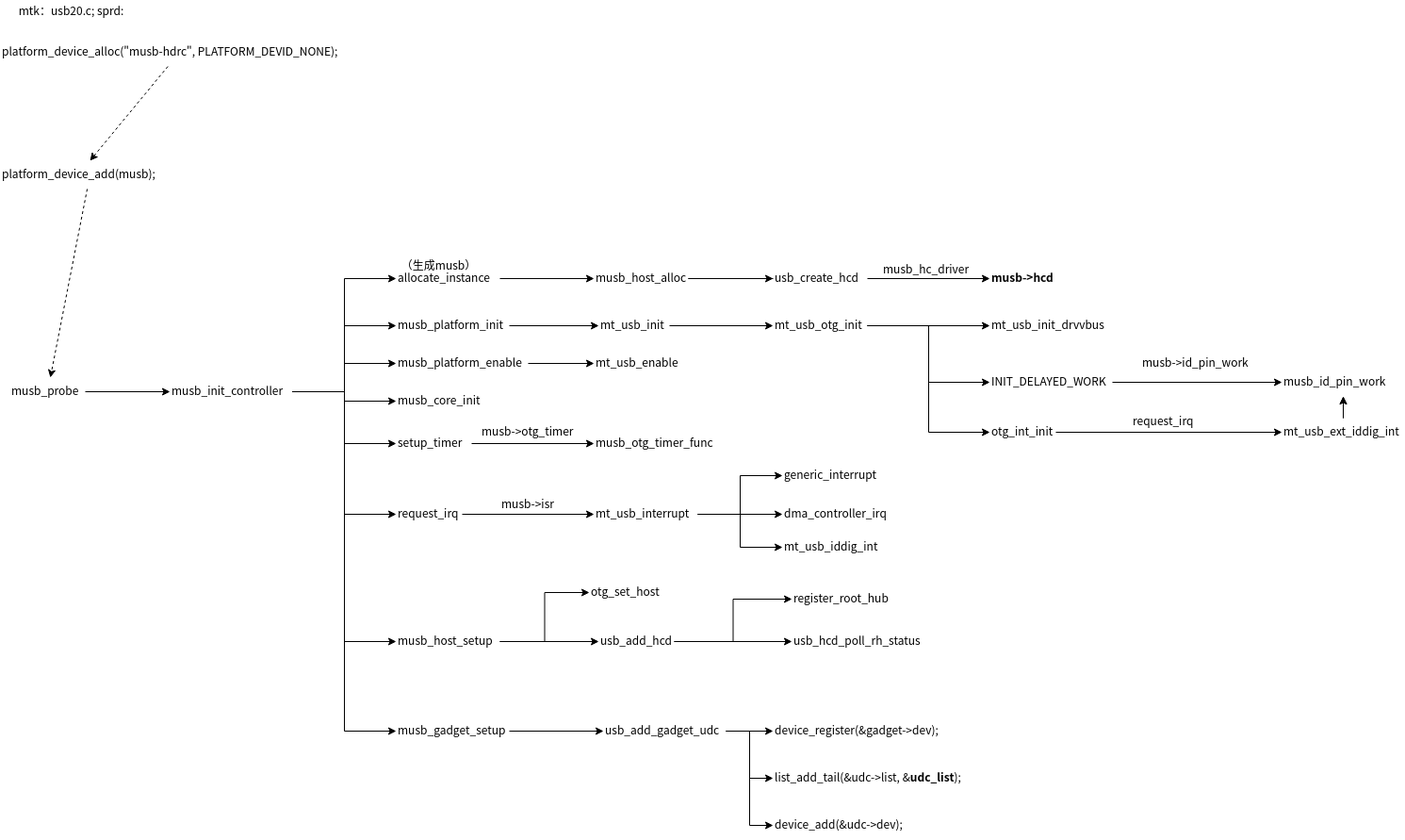
The draw.io diagram Untitled Diagram.png in zhangmeizhen/test2, before a commit. Source tidied: cells renumbered, new cells last; positions are measured from the earlier drawing's top-left corner, leaving out a move shared by most shapes.
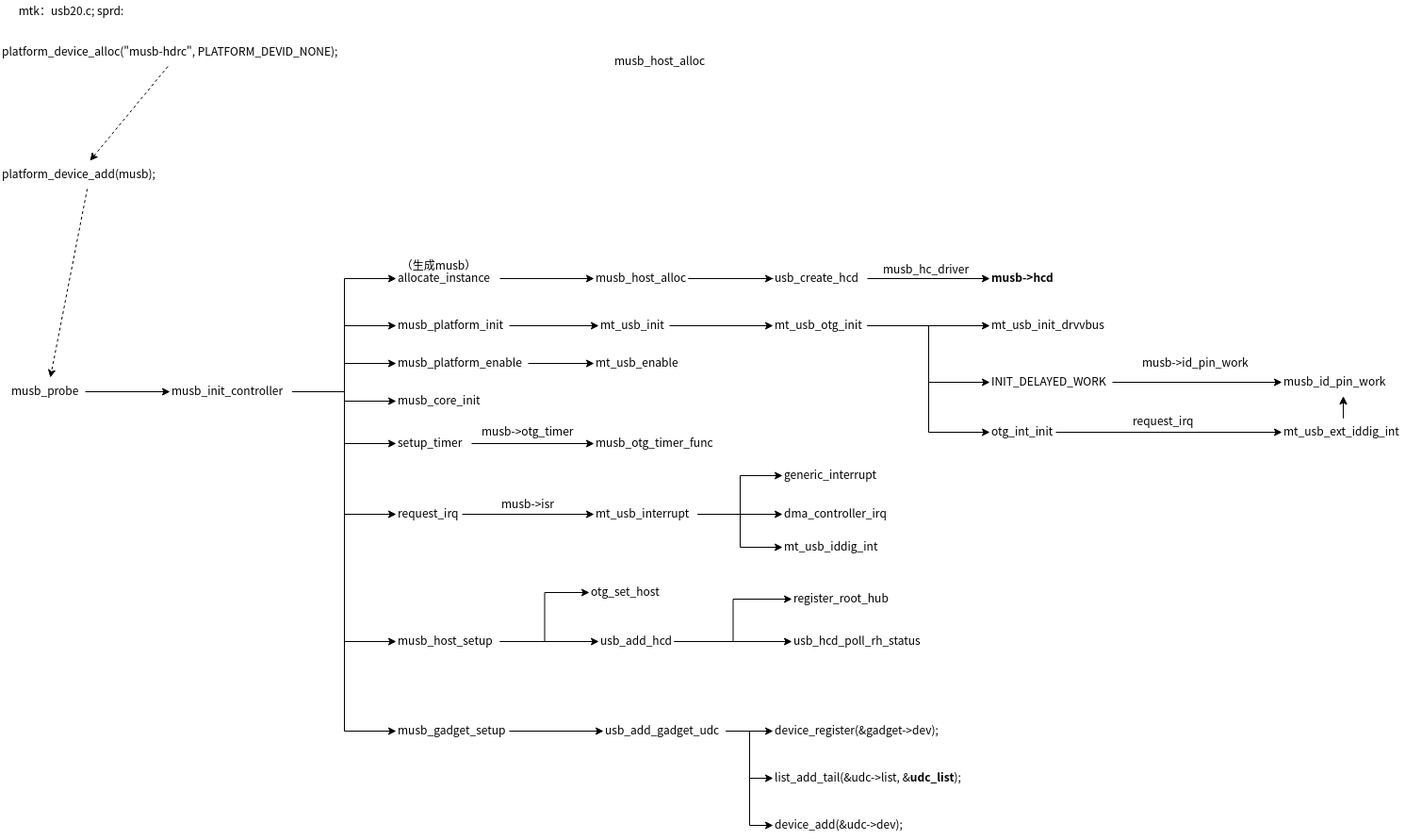
The same file after the commit.

Change to the diagram source:
```diff
@@ -104,6 +104,9 @@
     <mxCell id="35" value="usb_hcd_poll_rh_status" style="text;whiteSpace=wrap;html=1;" parent="1" vertex="1">
       <mxGeometry x="840" y="665" width="140" height="30" as="geometry" />
     </mxCell>
+    <mxCell id="83" value="musb_host_alloc" style="text;whiteSpace=wrap;html=1;" parent="1" vertex="1">
+      <mxGeometry x="650" y="50" width="100" height="30" as="geometry" />
+    </mxCell>
     <mxCell id="36" style="edgeStyle=orthogonalEdgeStyle;rounded=0;jettySize=auto;html=1;entryX=0;entryY=0.5;entryDx=0;entryDy=0;" parent="1" edge="1" source="37" target="40">
       <mxGeometry relative="1" as="geometry" />
     </mxCell>
```
